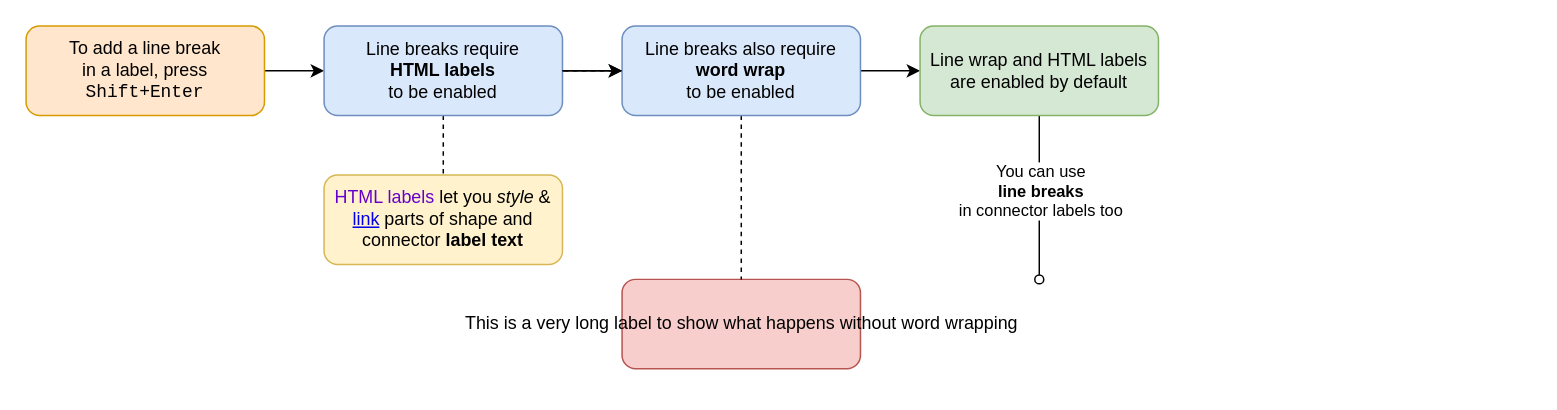
This is blog/label-formatting-examples.drawio from changsongyang/drawio-diagrams, a draw.io file, before an edit. Source tidied: cells renumbered, new cells numbered last; positions are measured from the earlier drawing's top-left corner, leaving out a move shared by most shapes. Both pictures are drawn from the tidied source at 149%, with x=0, y=0 at pixel (25, 25).
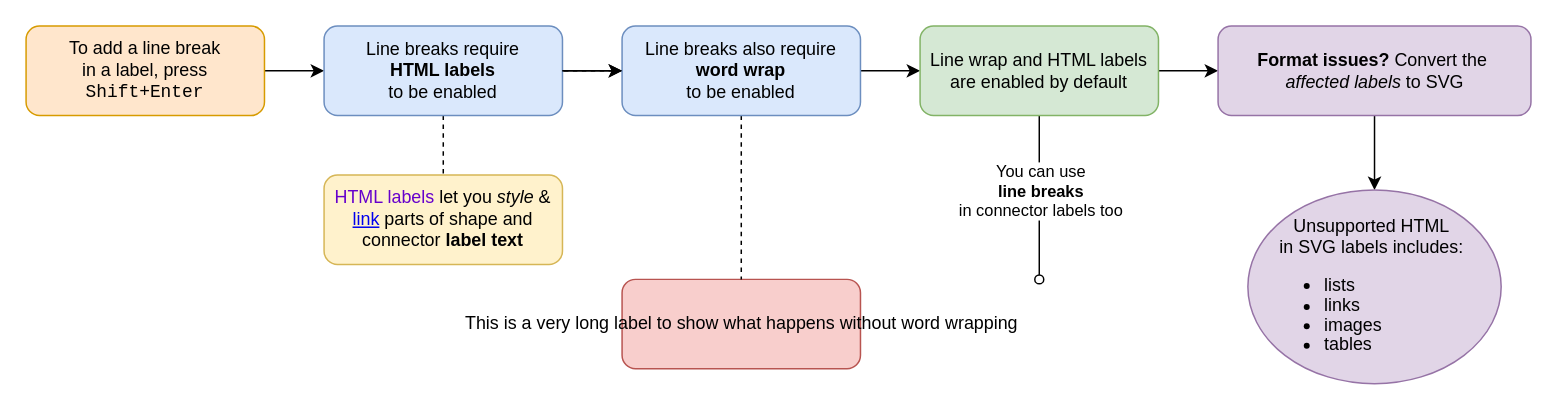
Above is the later version.

Commit message:
Additional example for SVG labels

Unchanged cells that the change refers to:
```xml
<mxCell id="9" value="Line wrap and HTML labels are enabled by default" style="rounded=1;whiteSpace=wrap;html=1;fillColor=#d5e8d4;strokeColor=#82b366;" parent="1" vertex="1">
  <mxGeometry x="600" width="160" height="60" as="geometry" />
</mxCell>
```

Change to the diagram source:
```diff
@@
+    <mxCell id="16" style="edgeStyle=orthogonalEdgeStyle;rounded=0;jettySize=auto;html=1;" parent="1" edge="1" source="9" target="18">
+      <mxGeometry relative="1" as="geometry" />
+    </mxCell>
@@
+    <mxCell id="17" style="edgeStyle=orthogonalEdgeStyle;rounded=0;jettySize=auto;html=1;" parent="1" edge="1" source="18" target="19">
+      <mxGeometry relative="1" as="geometry" />
+    </mxCell>
+    <mxCell id="18" value="&lt;b&gt;Format issues?&lt;/b&gt; Convert the&amp;nbsp;&lt;div&gt;&lt;i&gt;affected labels&lt;/i&gt; to SVG&lt;/div&gt;" style="fillColor=#e1d5e7;strokeColor=#9673a6;rounded=1;convertToSvg=1;svgWhiteSpace=wrap;html=1;" parent="1" vertex="1">
+      <mxGeometry x="800" width="210" height="60" as="geometry" />
+    </mxCell>
+    <mxCell id="19" value="Unsupported HTML&amp;nbsp;&lt;div&gt;in SVG labels includes:&amp;nbsp;&lt;div&gt;&lt;div&gt;&lt;div&gt;&lt;ul style=&quot;line-height: 110%; padding-left: 30px;&quot;&gt;&lt;li style=&quot;text-align: left; line-height: 110%;&quot;&gt;&lt;font style=&quot;line-height: 110%;&quot;&gt;lists&lt;br&gt;&lt;/font&gt;&lt;/li&gt;&lt;li style=&quot;text-align: left; line-height: 110%;&quot;&gt;&lt;font style=&quot;line-height: 110%;&quot;&gt;links&lt;br&gt;&lt;/font&gt;&lt;/li&gt;&lt;li style=&quot;text-align: left; line-height: 110%;&quot;&gt;&lt;font style=&quot;line-height: 110%;&quot;&gt;images&lt;br&gt;&lt;/font&gt;&lt;/li&gt;&lt;li style=&quot;text-align: left; line-height: 110%;&quot;&gt;&lt;font style=&quot;line-height: 110%;&quot;&gt;tables&lt;/font&gt;&lt;br&gt;&lt;/li&gt;&lt;/ul&gt;&lt;/div&gt;&lt;/div&gt;&lt;/div&gt;&lt;/div&gt;" style="ellipse;whiteSpace=wrap;html=1;fillColor=#e1d5e7;strokeColor=#9673a6;rounded=1;spacingTop=10;" parent="1" vertex="1">
+      <mxGeometry x="820" y="110" width="170" height="130" as="geometry" />
+    </mxCell>
```
